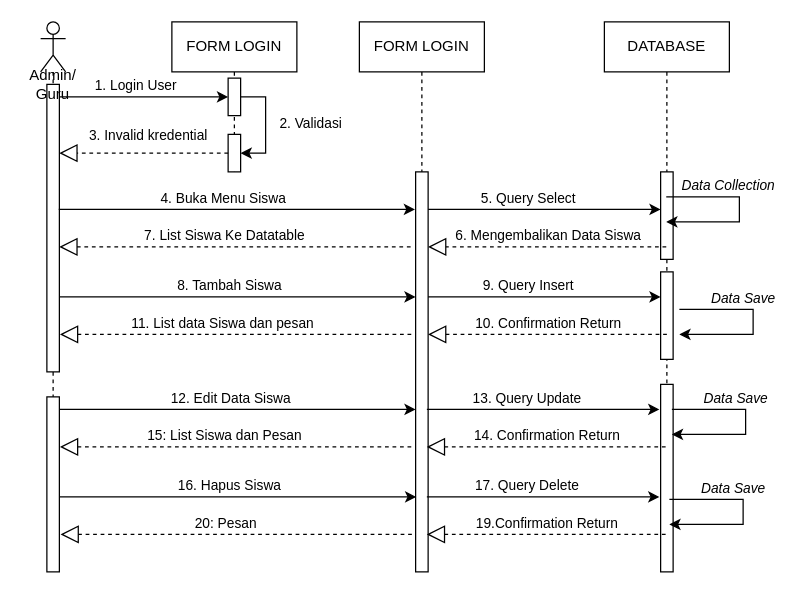
Above: page "SQ.SISWA" (11 of 13) of SAW-SIPRES.drawio in ArtEnginer/UML-DIAGRAM (draw.io), before the change. Source tidied: cells renumbered, new cells numbered last; positions are measured from the earlier drawing's top-left corner, leaving out a move shared by most shapes. Both pictures are drawn from the tidied source at 125%, with x=0, y=0 at pixel (21, 21).
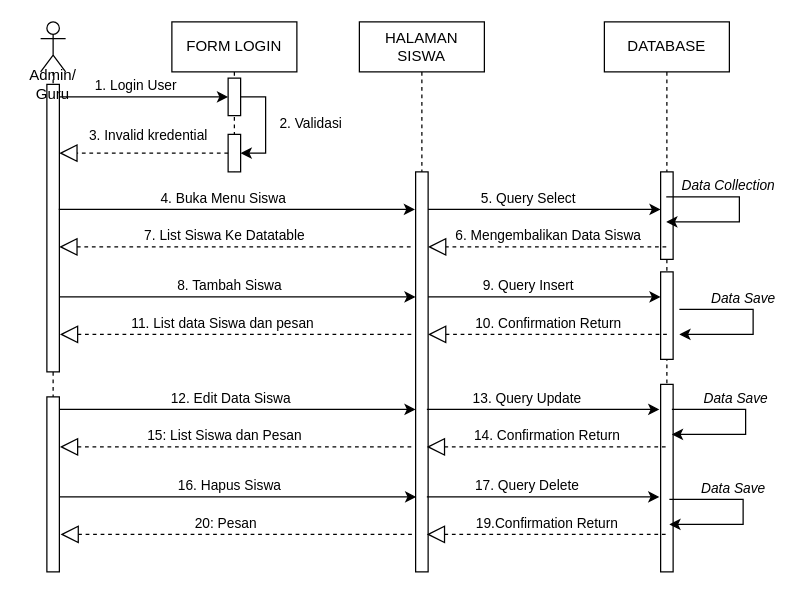
Above is the later version.

Diff of the diagram source:
```diff
@@
-    <mxCell id="16" value="FORM LOGIN" style="shape=umlLifeline;perimeter=lifelinePerimeter;whiteSpace=wrap;html=1;newEdgeStyle={&quot;curved&quot;:0,&quot;rounded&quot;:0};" parent="1" vertex="1">
+    <mxCell id="16" value="HALAMAN SISWA" style="shape=umlLifeline;perimeter=lifelinePerimeter;whiteSpace=wrap;html=1;newEdgeStyle={&quot;curved&quot;:0,&quot;rounded&quot;:0};" parent="1" vertex="1">
       <mxGeometry x="270" width="100" height="440" as="geometry" />
     </mxCell>
```
